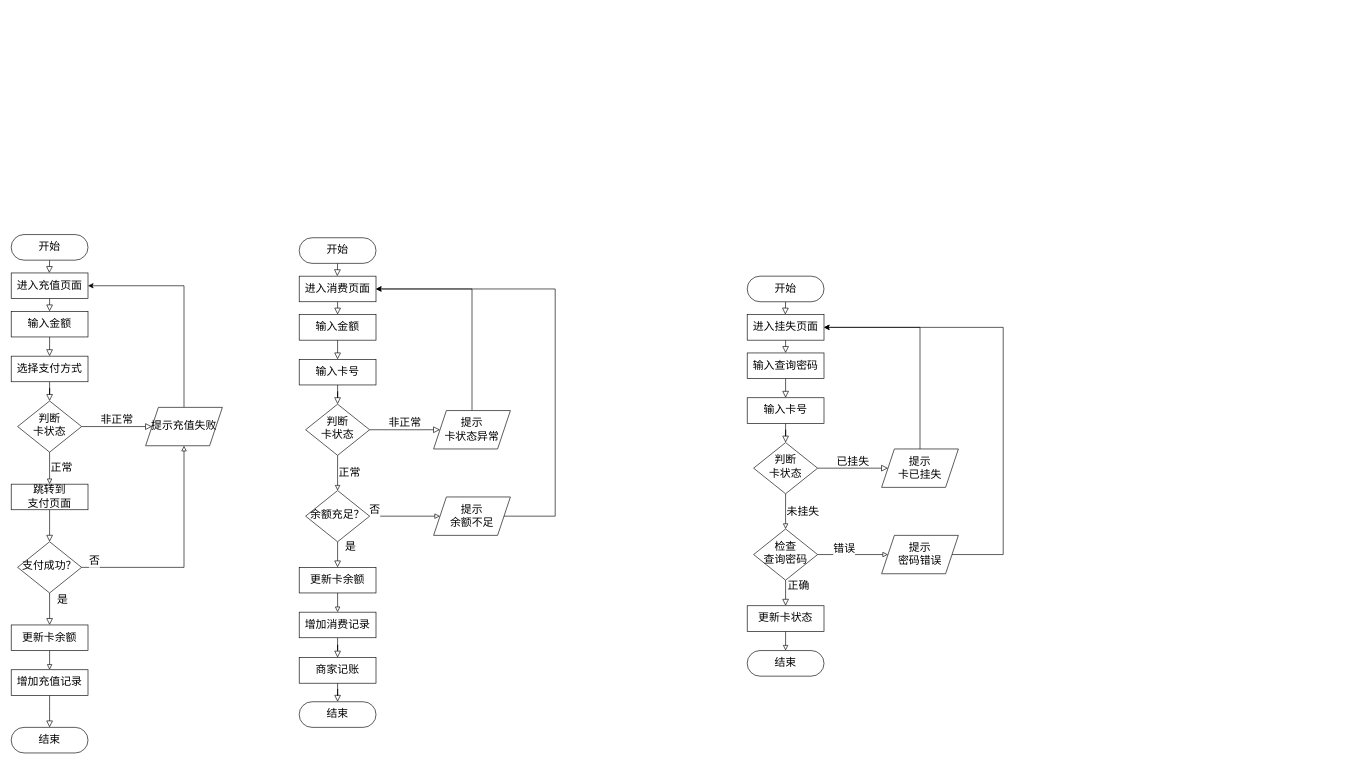
Earlier version of the draw.io diagram 软工课设.drawio (ShiaoYoung/Software-Enginerring). Source tidied: cells renumbered, new cells numbered last; positions are measured from the earlier drawing's top-left corner, leaving out a move shared by most shapes. Both pictures are drawn from the tidied source at 64%, with x=0, y=0 at pixel (11, 234).
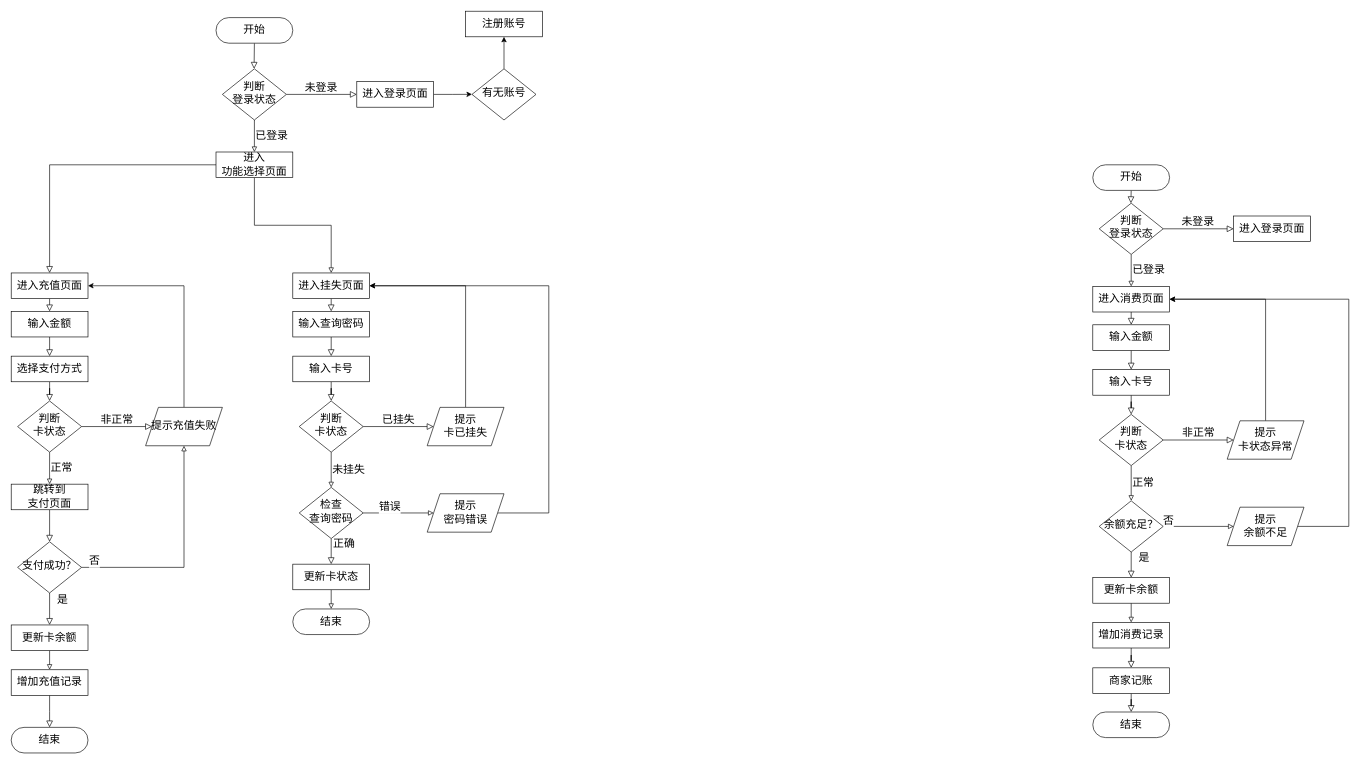
The same diagram, later.

Commit message (it also covers changes not shown here):
更新软工课设.drawio

Unchanged cells that the change refers to:
```xml
<mxCell id="21" value="进入充值页面" style="rounded=0;whiteSpace=wrap;html=1;fontSize=17;glass=0;strokeWidth=1;shadow=0;" parent="1" vertex="1">
  <mxGeometry y="60" width="120" height="40" as="geometry" />
</mxCell>
```

What changed in the source:
```diff
@@
     <mxCell id="14" style="rounded=0;html=1;jettySize=auto;fontSize=17;endArrow=block;endFill=0;endSize=8;strokeWidth=1;shadow=0;labelBackgroundColor=none;edgeStyle=orthogonalEdgeStyle;exitX=0.5;exitY=1;exitDx=0;exitDy=0;" parent="1" edge="1" source="15">
       <mxGeometry relative="1" as="geometry">
-        <mxPoint x="59.5" y="60" as="targetPoint" />
+        <mxPoint x="379.5" y="-259" as="targetPoint" />
       </mxGeometry>
     </mxCell>
     <mxCell id="15" value="开始" style="rounded=1;whiteSpace=wrap;html=1;fontSize=17;glass=0;strokeWidth=1;shadow=0;perimeter=rectanglePerimeter;arcSize=50;" parent="1" vertex="1">
-      <mxGeometry width="120" height="40" as="geometry" />
+      <mxGeometry x="320" y="-339" width="120" height="40" as="geometry" />
     </mxCell>
@@
     <mxCell id="26" value="输入卡号" style="rounded=0;whiteSpace=wrap;html=1;fontSize=17;glass=0;strokeWidth=1;shadow=0;" parent="1" vertex="1">
-      <mxGeometry x="450" y="195" width="120" height="40" as="geometry" />
+      <mxGeometry x="1690" y="211" width="120" height="40" as="geometry" />
     </mxCell>
@@
     <mxCell id="29" value="判断&lt;div&gt;卡状态&lt;/div&gt;" style="rhombus;whiteSpace=wrap;html=1;shadow=0;fontFamily=Helvetica;fontSize=17;align=center;strokeWidth=1;spacing=6;spacingTop=-4;" parent="1" vertex="1">
-      <mxGeometry x="460" y="265" width="100" height="80" as="geometry" />
+      <mxGeometry x="1700" y="281" width="100" height="80" as="geometry" />
     </mxCell>
@@
     <mxCell id="32" value="余额充足？" style="rhombus;whiteSpace=wrap;html=1;shadow=0;fontFamily=Helvetica;fontSize=17;align=center;strokeWidth=1;spacing=6;spacingTop=-4;" parent="1" vertex="1">
-      <mxGeometry x="460" y="400" width="100" height="80" as="geometry" />
+      <mxGeometry x="1700" y="416" width="100" height="80" as="geometry" />
     </mxCell>
@@
     <mxCell id="34" value="更新卡余额" style="rounded=0;whiteSpace=wrap;html=1;fontSize=17;glass=0;strokeWidth=1;shadow=0;" parent="1" vertex="1">
-      <mxGeometry x="450" y="520" width="120" height="40" as="geometry" />
+      <mxGeometry x="1690" y="536" width="120" height="40" as="geometry" />
     </mxCell>
     <mxCell id="35" style="rounded=0;html=1;jettySize=auto;fontSize=17;endArrow=block;endFill=0;endSize=8;strokeWidth=1;shadow=0;labelBackgroundColor=none;edgeStyle=orthogonalEdgeStyle;" parent="1" edge="1" source="36">
       <mxGeometry relative="1" as="geometry">
-        <mxPoint x="510" y="195" as="targetPoint" />
+        <mxPoint x="1750" y="211" as="targetPoint" />
       </mxGeometry>
     </mxCell>
     <mxCell id="36" value="输入金额" style="rounded=0;whiteSpace=wrap;html=1;fontSize=17;glass=0;strokeWidth=1;shadow=0;" parent="1" vertex="1">
-      <mxGeometry x="450" y="125" width="120" height="40" as="geometry" />
+      <mxGeometry x="1690" y="141" width="120" height="40" as="geometry" />
     </mxCell>
-    <mxCell id="37" style="rounded=0;html=1;jettySize=auto;fontSize=17;endArrow=block;endFill=0;endSize=8;strokeWidth=1;shadow=0;labelBackgroundColor=none;edgeStyle=orthogonalEdgeStyle;exitX=0.5;exitY=1;exitDx=0;exitDy=0;" parent="1" edge="1" source="38">
-      <mxGeometry relative="1" as="geometry">
-        <mxPoint x="509.5" y="65" as="targetPoint" />
-      </mxGeometry>
-    </mxCell>
-    <mxCell id="38" value="开始" style="rounded=1;whiteSpace=wrap;html=1;fontSize=17;glass=0;strokeWidth=1;shadow=0;perimeter=rectanglePerimeter;arcSize=50;" parent="1" vertex="1">
-      <mxGeometry x="450" y="5" width="120" height="40" as="geometry" />
-    </mxCell>
@@
     <mxCell id="40" value="增加消费记录" style="rounded=0;whiteSpace=wrap;html=1;fontSize=17;glass=0;strokeWidth=1;shadow=0;" parent="1" vertex="1">
-      <mxGeometry x="450" y="590" width="120" height="40" as="geometry" />
+      <mxGeometry x="1690" y="606" width="120" height="40" as="geometry" />
     </mxCell>
     <mxCell id="41" style="rounded=0;html=1;jettySize=auto;fontSize=17;endArrow=block;endFill=0;endSize=8;strokeWidth=1;shadow=0;labelBackgroundColor=none;edgeStyle=orthogonalEdgeStyle;" parent="1" edge="1" source="42">
       <mxGeometry relative="1" as="geometry">
-        <mxPoint x="510" y="125" as="targetPoint" />
+        <mxPoint x="1750" y="141" as="targetPoint" />
       </mxGeometry>
     </mxCell>
     <mxCell id="42" value="进入消费页面" style="rounded=0;whiteSpace=wrap;html=1;fontSize=17;glass=0;strokeWidth=1;shadow=0;" parent="1" vertex="1">
-      <mxGeometry x="450" y="65" width="120" height="40" as="geometry" />
+      <mxGeometry x="1690" y="81" width="120" height="40" as="geometry" />
     </mxCell>
@@
     <mxCell id="44" value="&lt;font style=&quot;font-size: 17px;&quot;&gt;提示&lt;/font&gt;&lt;div&gt;&lt;font style=&quot;font-size: 17px;&quot;&gt;卡状态异常&lt;/font&gt;&lt;/div&gt;" style="shape=parallelogram;perimeter=parallelogramPerimeter;whiteSpace=wrap;html=1;fixedSize=1;" parent="1" vertex="1">
-      <mxGeometry x="660" y="275" width="120" height="60" as="geometry" />
+      <mxGeometry x="1900" y="291" width="120" height="60" as="geometry" />
     </mxCell>
     <mxCell id="45" value="结束" style="rounded=1;whiteSpace=wrap;html=1;fontSize=17;glass=0;strokeWidth=1;shadow=0;perimeter=rectanglePerimeter;arcSize=50;" parent="1" vertex="1">
-      <mxGeometry x="450" y="730" width="120" height="40" as="geometry" />
+      <mxGeometry x="1690" y="746" width="120" height="40" as="geometry" />
     </mxCell>
     <mxCell id="46" style="edgeStyle=orthogonalEdgeStyle;rounded=0;jettySize=auto;html=1;exitX=1;exitY=0.5;exitDx=0;exitDy=0;entryX=1;entryY=0.5;entryDx=0;entryDy=0;" parent="1" edge="1" source="47" target="42">
       <mxGeometry relative="1" as="geometry">
         <Array as="points">
-          <mxPoint x="850" y="440" />
-          <mxPoint x="850" y="85" />
+          <mxPoint x="2090" y="456" />
+          <mxPoint x="2090" y="101" />
         </Array>
       </mxGeometry>
     </mxCell>
     <mxCell id="47" value="&lt;font style=&quot;font-size: 17px;&quot;&gt;提示&lt;/font&gt;&lt;div&gt;&lt;font style=&quot;font-size: 17px;&quot;&gt;余额不足&lt;/font&gt;&lt;/div&gt;" style="shape=parallelogram;perimeter=parallelogramPerimeter;whiteSpace=wrap;html=1;fixedSize=1;" parent="1" vertex="1">
-      <mxGeometry x="660" y="410" width="120" height="60" as="geometry" />
+      <mxGeometry x="1900" y="426" width="120" height="60" as="geometry" />
     </mxCell>
@@
     <mxCell id="49" value="商家记账" style="rounded=0;whiteSpace=wrap;html=1;fontSize=17;glass=0;strokeWidth=1;shadow=0;" parent="1" vertex="1">
-      <mxGeometry x="450" y="661" width="120" height="40" as="geometry" />
+      <mxGeometry x="1690" y="677" width="120" height="40" as="geometry" />
     </mxCell>
@@
     <mxCell id="51" value="输入卡号" style="rounded=0;whiteSpace=wrap;html=1;fontSize=17;glass=0;strokeWidth=1;shadow=0;" parent="1" vertex="1">
-      <mxGeometry x="1150" y="255" width="120" height="40" as="geometry" />
+      <mxGeometry x="440" y="190" width="120" height="40" as="geometry" />
     </mxCell>
@@
     <mxCell id="54" value="判断&lt;div&gt;卡状态&lt;/div&gt;" style="rhombus;whiteSpace=wrap;html=1;shadow=0;fontFamily=Helvetica;fontSize=17;align=center;strokeWidth=1;spacing=6;spacingTop=-4;" parent="1" vertex="1">
-      <mxGeometry x="1160" y="325" width="100" height="80" as="geometry" />
+      <mxGeometry x="450" y="260" width="100" height="80" as="geometry" />
     </mxCell>
@@
     <mxCell id="57" value="检查&lt;div&gt;查询密码&lt;/div&gt;" style="rhombus;whiteSpace=wrap;html=1;shadow=0;fontFamily=Helvetica;fontSize=17;align=center;strokeWidth=1;spacing=6;spacingTop=-4;" parent="1" vertex="1">
-      <mxGeometry x="1160" y="460" width="100" height="80" as="geometry" />
+      <mxGeometry x="450" y="395" width="100" height="80" as="geometry" />
     </mxCell>
     <mxCell id="58" style="edgeStyle=orthogonalEdgeStyle;rounded=0;jettySize=auto;html=1;exitX=0.5;exitY=1;exitDx=0;exitDy=0;entryX=0.5;entryY=0;entryDx=0;entryDy=0;endArrow=block;endFill=0;" parent="1" edge="1" source="59">
       <mxGeometry relative="1" as="geometry">
-        <mxPoint x="1210" y="650" as="targetPoint" />
+        <mxPoint x="500" y="585" as="targetPoint" />
       </mxGeometry>
     </mxCell>
     <mxCell id="59" value="更新卡状态" style="rounded=0;whiteSpace=wrap;html=1;fontSize=17;glass=0;strokeWidth=1;shadow=0;" parent="1" vertex="1">
-      <mxGeometry x="1150" y="580" width="120" height="40" as="geometry" />
+      <mxGeometry x="440" y="515" width="120" height="40" as="geometry" />
     </mxCell>
     <mxCell id="60" style="rounded=0;html=1;jettySize=auto;fontSize=17;endArrow=block;endFill=0;endSize=8;strokeWidth=1;shadow=0;labelBackgroundColor=none;edgeStyle=orthogonalEdgeStyle;" parent="1" edge="1" source="61">
       <mxGeometry relative="1" as="geometry">
-        <mxPoint x="1210" y="255" as="targetPoint" />
+        <mxPoint x="500" y="190" as="targetPoint" />
       </mxGeometry>
     </mxCell>
     <mxCell id="61" value="输入查询密码" style="rounded=0;whiteSpace=wrap;html=1;fontSize=17;glass=0;strokeWidth=1;shadow=0;" parent="1" vertex="1">
-      <mxGeometry x="1150" y="185" width="120" height="40" as="geometry" />
+      <mxGeometry x="440" y="120" width="120" height="40" as="geometry" />
     </mxCell>
-    <mxCell id="62" style="rounded=0;html=1;jettySize=auto;fontSize=17;endArrow=block;endFill=0;endSize=8;strokeWidth=1;shadow=0;labelBackgroundColor=none;edgeStyle=orthogonalEdgeStyle;exitX=0.5;exitY=1;exitDx=0;exitDy=0;" parent="1" edge="1" source="63">
-      <mxGeometry relative="1" as="geometry">
-        <mxPoint x="1209.5" y="125" as="targetPoint" />
-      </mxGeometry>
-    </mxCell>
-    <mxCell id="63" value="开始" style="rounded=1;whiteSpace=wrap;html=1;fontSize=17;glass=0;strokeWidth=1;shadow=0;perimeter=rectanglePerimeter;arcSize=50;" parent="1" vertex="1">
-      <mxGeometry x="1150" y="65" width="120" height="40" as="geometry" />
-    </mxCell>
     <mxCell id="64" style="rounded=0;html=1;jettySize=auto;fontSize=17;endArrow=block;endFill=0;endSize=8;strokeWidth=1;shadow=0;labelBackgroundColor=none;edgeStyle=orthogonalEdgeStyle;" parent="1" edge="1" source="65">
       <mxGeometry relative="1" as="geometry">
-        <mxPoint x="1210" y="185" as="targetPoint" />
+        <mxPoint x="500" y="120" as="targetPoint" />
       </mxGeometry>
     </mxCell>
     <mxCell id="65" value="进入挂失页面" style="rounded=0;whiteSpace=wrap;html=1;fontSize=17;glass=0;strokeWidth=1;shadow=0;" parent="1" vertex="1">
-      <mxGeometry x="1150" y="125" width="120" height="40" as="geometry" />
+      <mxGeometry x="440" y="60" width="120" height="40" as="geometry" />
     </mxCell>
@@
     <mxCell id="67" value="&lt;font style=&quot;font-size: 17px;&quot;&gt;提示&lt;/font&gt;&lt;div&gt;&lt;font style=&quot;font-size: 17px;&quot;&gt;卡已挂失&lt;/font&gt;&lt;/div&gt;" style="shape=parallelogram;perimeter=parallelogramPerimeter;whiteSpace=wrap;html=1;fixedSize=1;" parent="1" vertex="1">
-      <mxGeometry x="1360" y="335" width="120" height="60" as="geometry" />
+      <mxGeometry x="650" y="270" width="120" height="60" as="geometry" />
     </mxCell>
     <mxCell id="68" value="结束" style="rounded=1;whiteSpace=wrap;html=1;fontSize=17;glass=0;strokeWidth=1;shadow=0;perimeter=rectanglePerimeter;arcSize=50;" parent="1" vertex="1">
-      <mxGeometry x="1150" y="650" width="120" height="40" as="geometry" />
+      <mxGeometry x="440" y="585" width="120" height="40" as="geometry" />
     </mxCell>
     <mxCell id="69" style="edgeStyle=orthogonalEdgeStyle;rounded=0;jettySize=auto;html=1;exitX=1;exitY=0.5;exitDx=0;exitDy=0;entryX=1;entryY=0.5;entryDx=0;entryDy=0;" parent="1" edge="1" source="70" target="65">
       <mxGeometry relative="1" as="geometry">
         <Array as="points">
-          <mxPoint x="1550" y="500" />
-          <mxPoint x="1550" y="145" />
+          <mxPoint x="840" y="435" />
+          <mxPoint x="840" y="80" />
         </Array>
       </mxGeometry>
     </mxCell>
     <mxCell id="70" value="&lt;font style=&quot;font-size: 17px;&quot;&gt;提示&lt;/font&gt;&lt;div&gt;&lt;span style=&quot;font-size: 17px;&quot;&gt;密码错误&lt;/span&gt;&lt;/div&gt;" style="shape=parallelogram;perimeter=parallelogramPerimeter;whiteSpace=wrap;html=1;fixedSize=1;" parent="1" vertex="1">
-      <mxGeometry x="1360" y="470" width="120" height="60" as="geometry" />
+      <mxGeometry x="650" y="405" width="120" height="60" as="geometry" />
     </mxCell>
+    <mxCell id="71" value="未登录" style="edgeStyle=orthogonalEdgeStyle;rounded=0;html=1;jettySize=auto;fontSize=17;endArrow=block;endFill=0;endSize=8;strokeWidth=1;shadow=0;labelBackgroundColor=none;entryX=0;entryY=0.5;entryDx=0;entryDy=0;" parent="1" edge="1" source="73">
+      <mxGeometry x="-0.02" y="9" relative="1" as="geometry">
+        <mxPoint x="540" y="-219" as="targetPoint" />
+        <mxPoint y="-1" as="offset" />
+      </mxGeometry>
+    </mxCell>
+    <mxCell id="72" value="&lt;font style=&quot;font-size: 17px;&quot;&gt;已登录&lt;/font&gt;" style="edgeStyle=orthogonalEdgeStyle;rounded=0;jettySize=auto;html=1;exitX=0.5;exitY=1;exitDx=0;exitDy=0;entryX=0.5;entryY=0;entryDx=0;entryDy=0;labelPosition=right;verticalLabelPosition=middle;align=left;verticalAlign=middle;endArrow=block;endFill=0;" parent="1" edge="1" source="73">
+      <mxGeometry x="0.01" relative="1" as="geometry">
+        <mxPoint x="380" y="-129" as="targetPoint" />
+      </mxGeometry>
+    </mxCell>
+    <mxCell id="73" value="判断&lt;div&gt;登录状态&lt;/div&gt;" style="rhombus;whiteSpace=wrap;html=1;shadow=0;fontFamily=Helvetica;fontSize=17;align=center;strokeWidth=1;spacing=6;spacingTop=-4;" parent="1" vertex="1">
+      <mxGeometry x="330" y="-259" width="100" height="80" as="geometry" />
+    </mxCell>
+    <mxCell id="74" style="edgeStyle=orthogonalEdgeStyle;rounded=0;jettySize=auto;html=1;exitX=1;exitY=0.5;exitDx=0;exitDy=0;" parent="1" edge="1" source="75">
+      <mxGeometry relative="1" as="geometry">
+        <mxPoint x="720" y="-219.1" as="targetPoint" />
+      </mxGeometry>
+    </mxCell>
+    <mxCell id="75" value="进入登录页面" style="rounded=0;whiteSpace=wrap;html=1;fontSize=17;glass=0;strokeWidth=1;shadow=0;" parent="1" vertex="1">
+      <mxGeometry x="540" y="-239" width="120" height="40" as="geometry" />
+    </mxCell>
+    <mxCell id="76" style="rounded=0;html=1;jettySize=auto;fontSize=17;endArrow=block;endFill=0;endSize=8;strokeWidth=1;shadow=0;labelBackgroundColor=none;edgeStyle=orthogonalEdgeStyle;exitX=0.5;exitY=1;exitDx=0;exitDy=0;" parent="1" edge="1" source="77">
+      <mxGeometry relative="1" as="geometry">
+        <mxPoint x="1749.5" y="-49" as="targetPoint" />
+      </mxGeometry>
+    </mxCell>
+    <mxCell id="77" value="开始" style="rounded=1;whiteSpace=wrap;html=1;fontSize=17;glass=0;strokeWidth=1;shadow=0;perimeter=rectanglePerimeter;arcSize=50;" parent="1" vertex="1">
+      <mxGeometry x="1690" y="-109" width="120" height="40" as="geometry" />
+    </mxCell>
+    <mxCell id="78" value="未登录" style="edgeStyle=orthogonalEdgeStyle;rounded=0;html=1;jettySize=auto;fontSize=17;endArrow=block;endFill=0;endSize=8;strokeWidth=1;shadow=0;labelBackgroundColor=none;entryX=0;entryY=0.5;entryDx=0;entryDy=0;" parent="1" edge="1" source="80">
+      <mxGeometry x="-0.02" y="9" relative="1" as="geometry">
+        <mxPoint x="1910" y="-9" as="targetPoint" />
+        <mxPoint y="-1" as="offset" />
+      </mxGeometry>
+    </mxCell>
+    <mxCell id="79" value="&lt;font style=&quot;font-size: 17px;&quot;&gt;已登录&lt;/font&gt;" style="edgeStyle=orthogonalEdgeStyle;rounded=0;jettySize=auto;html=1;exitX=0.5;exitY=1;exitDx=0;exitDy=0;entryX=0.5;entryY=0;entryDx=0;entryDy=0;labelPosition=right;verticalLabelPosition=middle;align=left;verticalAlign=middle;endArrow=block;endFill=0;" parent="1" edge="1" source="80">
+      <mxGeometry x="0.01" relative="1" as="geometry">
+        <mxPoint x="1750" y="81" as="targetPoint" />
+      </mxGeometry>
+    </mxCell>
+    <mxCell id="80" value="判断&lt;div&gt;登录状态&lt;/div&gt;" style="rhombus;whiteSpace=wrap;html=1;shadow=0;fontFamily=Helvetica;fontSize=17;align=center;strokeWidth=1;spacing=6;spacingTop=-4;" parent="1" vertex="1">
+      <mxGeometry x="1700" y="-49" width="100" height="80" as="geometry" />
+    </mxCell>
+    <mxCell id="81" value="进入登录页面" style="rounded=0;whiteSpace=wrap;html=1;fontSize=17;glass=0;strokeWidth=1;shadow=0;" parent="1" vertex="1">
+      <mxGeometry x="1910" y="-29" width="120" height="40" as="geometry" />
+    </mxCell>
+    <mxCell id="82" style="rounded=0;html=1;jettySize=auto;fontSize=17;endArrow=block;endFill=0;endSize=8;strokeWidth=1;shadow=0;labelBackgroundColor=none;edgeStyle=orthogonalEdgeStyle;entryX=0.5;entryY=0;entryDx=0;entryDy=0;" parent="1" edge="1" source="84" target="21">
+      <mxGeometry relative="1" as="geometry" />
+    </mxCell>
+    <mxCell id="83" style="edgeStyle=orthogonalEdgeStyle;rounded=0;jettySize=auto;html=1;exitX=0.5;exitY=1;exitDx=0;exitDy=0;entryX=0.5;entryY=0;entryDx=0;entryDy=0;endArrow=block;endFill=0;" parent="1" edge="1" source="84" target="65">
+      <mxGeometry relative="1" as="geometry" />
+    </mxCell>
+    <mxCell id="84" value="进入&lt;div&gt;功能选择页面&lt;/div&gt;" style="rounded=0;whiteSpace=wrap;html=1;fontSize=17;glass=0;strokeWidth=1;shadow=0;" parent="1" vertex="1">
+      <mxGeometry x="320" y="-129" width="120" height="40" as="geometry" />
+    </mxCell>
+    <mxCell id="85" style="edgeStyle=orthogonalEdgeStyle;rounded=0;jettySize=auto;html=1;exitX=0.5;exitY=0;exitDx=0;exitDy=0;entryX=0.5;entryY=1;entryDx=0;entryDy=0;" parent="1" edge="1" source="86" target="87">
+      <mxGeometry relative="1" as="geometry" />
+    </mxCell>
+    <mxCell id="86" value="有无账号" style="rhombus;whiteSpace=wrap;html=1;shadow=0;fontFamily=Helvetica;fontSize=17;align=center;strokeWidth=1;spacing=6;spacingTop=-4;" parent="1" vertex="1">
+      <mxGeometry x="720" y="-259" width="100" height="80" as="geometry" />
+    </mxCell>
+    <mxCell id="87" value="注册账号" style="rounded=0;whiteSpace=wrap;html=1;fontSize=17;glass=0;strokeWidth=1;shadow=0;" parent="1" vertex="1">
+      <mxGeometry x="710" y="-349" width="120" height="40" as="geometry" />
+    </mxCell>
```
